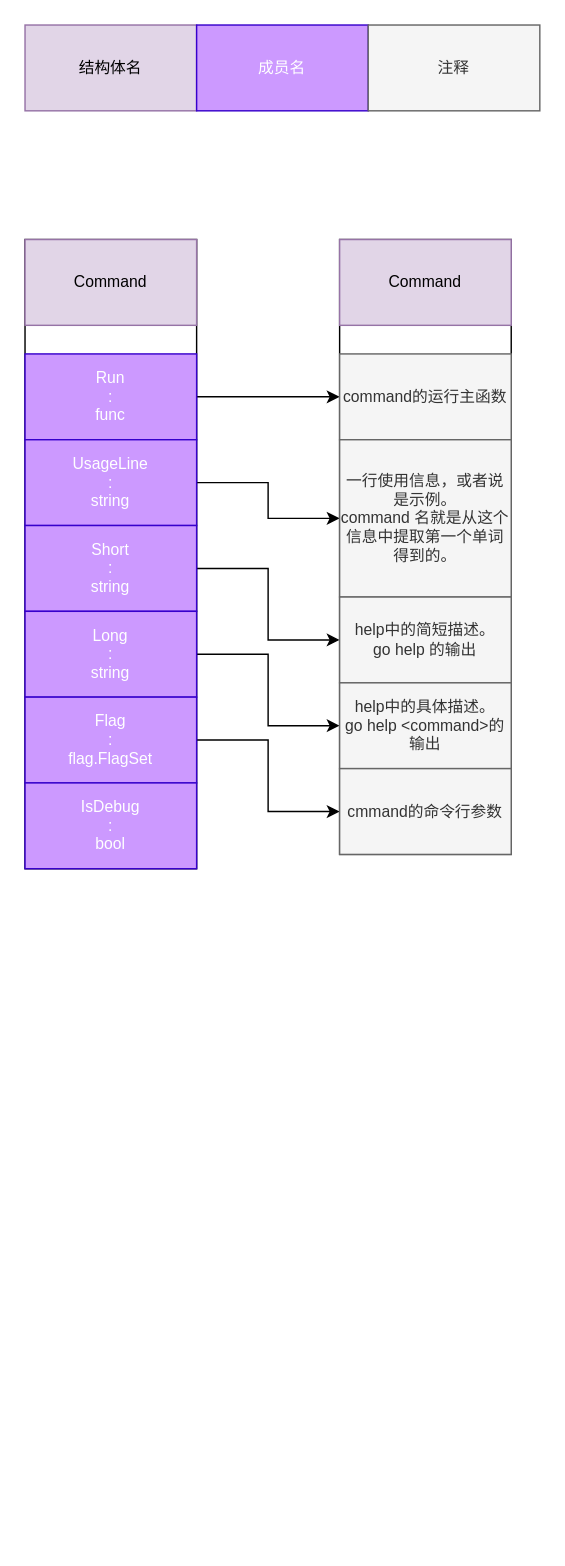
NeXT726/drawIO--seaweed keeps this draw.io diagram as page "Struct" (2 of 2) of Seaweed/Untitled Diagram.drawio. Above is the earlier version. Source tidied: cells renumbered, new cells numbered last; positions are measured from the earlier drawing's top-left corner, leaving out a move shared by most shapes. Both pictures are drawn from the tidied source at 143%, with x=0, y=0 at pixel (24, 24).
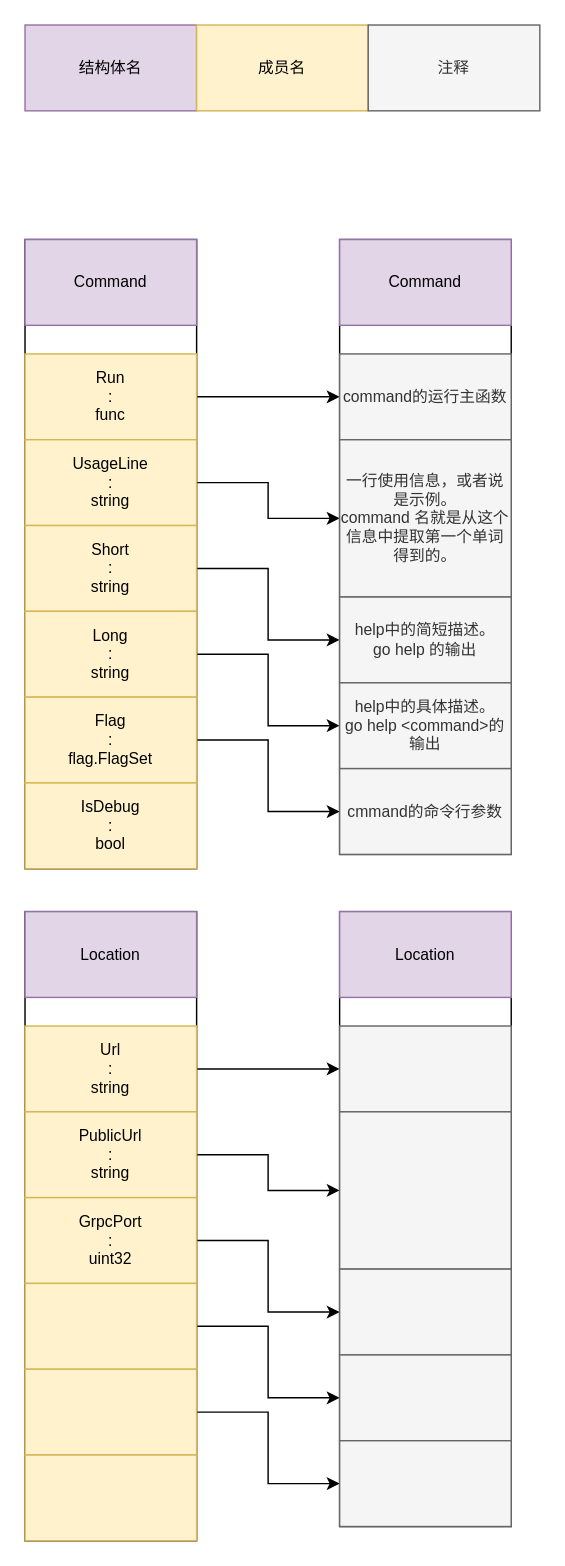
The same diagram, later.

What changed in the source:
```diff
@@
-    <mxCell id="6" value="Run&lt;br&gt;:&lt;br&gt;func" style="rounded=0;whiteSpace=wrap;html=1;fontSize=11;fillColor=#CC99FF;fontColor=#ffffff;strokeColor=#3700CC;" parent="1" vertex="1">
+    <mxCell id="6" value="Run&lt;br&gt;:&lt;br&gt;func" style="rounded=0;whiteSpace=wrap;html=1;fontSize=11;fillColor=#fff2cc;strokeColor=#d6b656;" parent="1" vertex="1">
       <mxGeometry y="230" width="120" height="60" as="geometry" />
     </mxCell>
@@
-    <mxCell id="8" value="UsageLine&lt;br&gt;:&lt;br&gt;string" style="rounded=0;whiteSpace=wrap;html=1;fontSize=11;fillColor=#CC99FF;fontColor=#ffffff;strokeColor=#3700CC;" parent="1" vertex="1">
+    <mxCell id="8" value="UsageLine&lt;br&gt;:&lt;br&gt;string" style="rounded=0;whiteSpace=wrap;html=1;fontSize=11;fillColor=#fff2cc;strokeColor=#d6b656;" parent="1" vertex="1">
       <mxGeometry y="290" width="120" height="60" as="geometry" />
     </mxCell>
@@
-    <mxCell id="10" value="Short&lt;br&gt;:&lt;br&gt;string" style="rounded=0;whiteSpace=wrap;html=1;fontSize=11;fillColor=#CC99FF;fontColor=#ffffff;strokeColor=#3700CC;" parent="1" vertex="1">
+    <mxCell id="10" value="Short&lt;br&gt;:&lt;br&gt;string" style="rounded=0;whiteSpace=wrap;html=1;fontSize=11;fillColor=#fff2cc;strokeColor=#d6b656;" parent="1" vertex="1">
       <mxGeometry y="350" width="120" height="60" as="geometry" />
     </mxCell>
@@
-    <mxCell id="12" value="Long&lt;br&gt;:&lt;br&gt;string" style="rounded=0;whiteSpace=wrap;html=1;fontSize=11;fillColor=#CC99FF;fontColor=#ffffff;strokeColor=#3700CC;" parent="1" vertex="1">
+    <mxCell id="12" value="Long&lt;br&gt;:&lt;br&gt;string" style="rounded=0;whiteSpace=wrap;html=1;fontSize=11;fillColor=#fff2cc;strokeColor=#d6b656;" parent="1" vertex="1">
       <mxGeometry y="410" width="120" height="60" as="geometry" />
     </mxCell>
@@
-    <mxCell id="14" value="Flag&lt;br&gt;:&lt;br&gt;flag.FlagSet" style="rounded=0;whiteSpace=wrap;html=1;fontSize=11;fillColor=#CC99FF;fontColor=#ffffff;strokeColor=#3700CC;" parent="1" vertex="1">
+    <mxCell id="14" value="Flag&lt;br&gt;:&lt;br&gt;flag.FlagSet" style="rounded=0;whiteSpace=wrap;html=1;fontSize=11;fillColor=#fff2cc;strokeColor=#d6b656;" parent="1" vertex="1">
       <mxGeometry y="470" width="120" height="60" as="geometry" />
     </mxCell>
-    <mxCell id="15" value="IsDebug&lt;br&gt;:&lt;br&gt;bool" style="rounded=0;whiteSpace=wrap;html=1;fontSize=11;fillColor=#CC99FF;fontColor=#ffffff;strokeColor=#3700CC;" parent="1" vertex="1">
+    <mxCell id="15" value="IsDebug&lt;br&gt;:&lt;br&gt;bool" style="rounded=0;whiteSpace=wrap;html=1;fontSize=11;fillColor=#fff2cc;strokeColor=#d6b656;" parent="1" vertex="1">
       <mxGeometry y="530" width="120" height="60" as="geometry" />
     </mxCell>
-    <mxCell id="16" value="成员名" style="rounded=0;whiteSpace=wrap;html=1;fontSize=11;fillColor=#CC99FF;fontColor=#ffffff;strokeColor=#3700CC;" parent="1" vertex="1">
+    <mxCell id="16" value="成员名" style="rounded=0;whiteSpace=wrap;html=1;fontSize=11;fillColor=#fff2cc;strokeColor=#d6b656;" parent="1" vertex="1">
       <mxGeometry x="120" width="120" height="60" as="geometry" />
     </mxCell>
@@
+    <mxCell id="25" style="rounded=0;whiteSpace=wrap;html=1;fontSize=11;gradientColor=none;" parent="1" vertex="1">
+      <mxGeometry y="620" width="120" height="440" as="geometry" />
+    </mxCell>
+    <mxCell id="26" value="Location" style="whiteSpace=wrap;html=1;fontSize=11;fillColor=#e1d5e7;strokeColor=#9673a6;" parent="1" vertex="1">
+      <mxGeometry y="620" width="120" height="60" as="geometry" />
+    </mxCell>
+    <mxCell id="27" style="edgeStyle=orthogonalEdgeStyle;rounded=0;jettySize=auto;html=1;exitX=1;exitY=0.5;exitDx=0;exitDy=0;entryX=0;entryY=0.5;entryDx=0;entryDy=0;fontSize=11;endArrow=classic;endFill=1;" parent="1" edge="1" source="28" target="39">
+      <mxGeometry relative="1" as="geometry" />
+    </mxCell>
+    <mxCell id="28" value="Url&lt;br&gt;:&lt;br&gt;string" style="rounded=0;whiteSpace=wrap;html=1;fontSize=11;fillColor=#fff2cc;strokeColor=#d6b656;" parent="1" vertex="1">
+      <mxGeometry y="700" width="120" height="60" as="geometry" />
+    </mxCell>
+    <mxCell id="29" style="edgeStyle=orthogonalEdgeStyle;rounded=0;jettySize=auto;html=1;exitX=1;exitY=0.5;exitDx=0;exitDy=0;fontSize=11;endArrow=classic;endFill=1;" parent="1" edge="1" source="30" target="40">
+      <mxGeometry relative="1" as="geometry" />
+    </mxCell>
+    <mxCell id="30" value="PublicUrl&lt;br&gt;:&lt;br&gt;string" style="rounded=0;whiteSpace=wrap;html=1;fontSize=11;fillColor=#fff2cc;strokeColor=#d6b656;" parent="1" vertex="1">
+      <mxGeometry y="760" width="120" height="60" as="geometry" />
+    </mxCell>
+    <mxCell id="31" style="edgeStyle=orthogonalEdgeStyle;rounded=0;jettySize=auto;html=1;exitX=1;exitY=0.5;exitDx=0;exitDy=0;entryX=0;entryY=0.5;entryDx=0;entryDy=0;fontSize=11;endArrow=classic;endFill=1;" parent="1" edge="1" source="32" target="41">
+      <mxGeometry relative="1" as="geometry" />
+    </mxCell>
+    <mxCell id="32" value="GrpcPort&lt;br&gt;:&lt;br&gt;uint32" style="rounded=0;whiteSpace=wrap;html=1;fontSize=11;fillColor=#fff2cc;strokeColor=#d6b656;" parent="1" vertex="1">
+      <mxGeometry y="820" width="120" height="60" as="geometry" />
+    </mxCell>
+    <mxCell id="33" style="edgeStyle=orthogonalEdgeStyle;rounded=0;jettySize=auto;html=1;exitX=1;exitY=0.5;exitDx=0;exitDy=0;entryX=0;entryY=0.5;entryDx=0;entryDy=0;fontSize=11;endArrow=classic;endFill=1;" parent="1" edge="1" source="34" target="42">
+      <mxGeometry relative="1" as="geometry" />
+    </mxCell>
+    <mxCell id="34" style="rounded=0;whiteSpace=wrap;html=1;fontSize=11;fillColor=#fff2cc;strokeColor=#d6b656;" parent="1" vertex="1">
+      <mxGeometry y="880" width="120" height="60" as="geometry" />
+    </mxCell>
+    <mxCell id="35" style="edgeStyle=orthogonalEdgeStyle;rounded=0;jettySize=auto;html=1;exitX=1;exitY=0.5;exitDx=0;exitDy=0;entryX=0;entryY=0.5;entryDx=0;entryDy=0;fontSize=11;endArrow=classic;endFill=1;" parent="1" edge="1" source="36" target="43">
+      <mxGeometry relative="1" as="geometry" />
+    </mxCell>
+    <mxCell id="36" style="rounded=0;whiteSpace=wrap;html=1;fontSize=11;fillColor=#fff2cc;strokeColor=#d6b656;" parent="1" vertex="1">
+      <mxGeometry y="940" width="120" height="60" as="geometry" />
+    </mxCell>
+    <mxCell id="37" style="rounded=0;whiteSpace=wrap;html=1;fontSize=11;fillColor=#fff2cc;strokeColor=#d6b656;" parent="1" vertex="1">
+      <mxGeometry y="1000" width="120" height="60" as="geometry" />
+    </mxCell>
+    <mxCell id="38" style="rounded=0;whiteSpace=wrap;html=1;fontSize=11;" parent="1" vertex="1">
+      <mxGeometry x="220" y="620" width="120" height="430" as="geometry" />
+    </mxCell>
+    <mxCell id="39" style="rounded=0;whiteSpace=wrap;html=1;fontSize=11;fillColor=#f5f5f5;fontColor=#333333;strokeColor=#666666;" parent="1" vertex="1">
+      <mxGeometry x="220" y="700" width="120" height="60" as="geometry" />
+    </mxCell>
+    <mxCell id="40" style="rounded=0;whiteSpace=wrap;html=1;fontSize=11;fillColor=#f5f5f5;fontColor=#333333;strokeColor=#666666;" parent="1" vertex="1">
+      <mxGeometry x="220" y="760" width="120" height="110" as="geometry" />
+    </mxCell>
+    <mxCell id="41" style="rounded=0;whiteSpace=wrap;html=1;fontSize=11;fillColor=#f5f5f5;fontColor=#333333;strokeColor=#666666;" parent="1" vertex="1">
+      <mxGeometry x="220" y="870" width="120" height="60" as="geometry" />
+    </mxCell>
+    <mxCell id="42" style="rounded=0;whiteSpace=wrap;html=1;fontSize=11;fillColor=#f5f5f5;fontColor=#333333;strokeColor=#666666;" parent="1" vertex="1">
+      <mxGeometry x="220" y="930" width="120" height="60" as="geometry" />
+    </mxCell>
+    <mxCell id="43" style="rounded=0;whiteSpace=wrap;html=1;fontSize=11;fillColor=#f5f5f5;fontColor=#333333;strokeColor=#666666;" parent="1" vertex="1">
+      <mxGeometry x="220" y="990" width="120" height="60" as="geometry" />
+    </mxCell>
+    <mxCell id="44" value="Location" style="whiteSpace=wrap;html=1;fontSize=11;fillColor=#e1d5e7;strokeColor=#9673a6;" parent="1" vertex="1">
+      <mxGeometry x="220" y="620" width="120" height="60" as="geometry" />
+    </mxCell>
```
